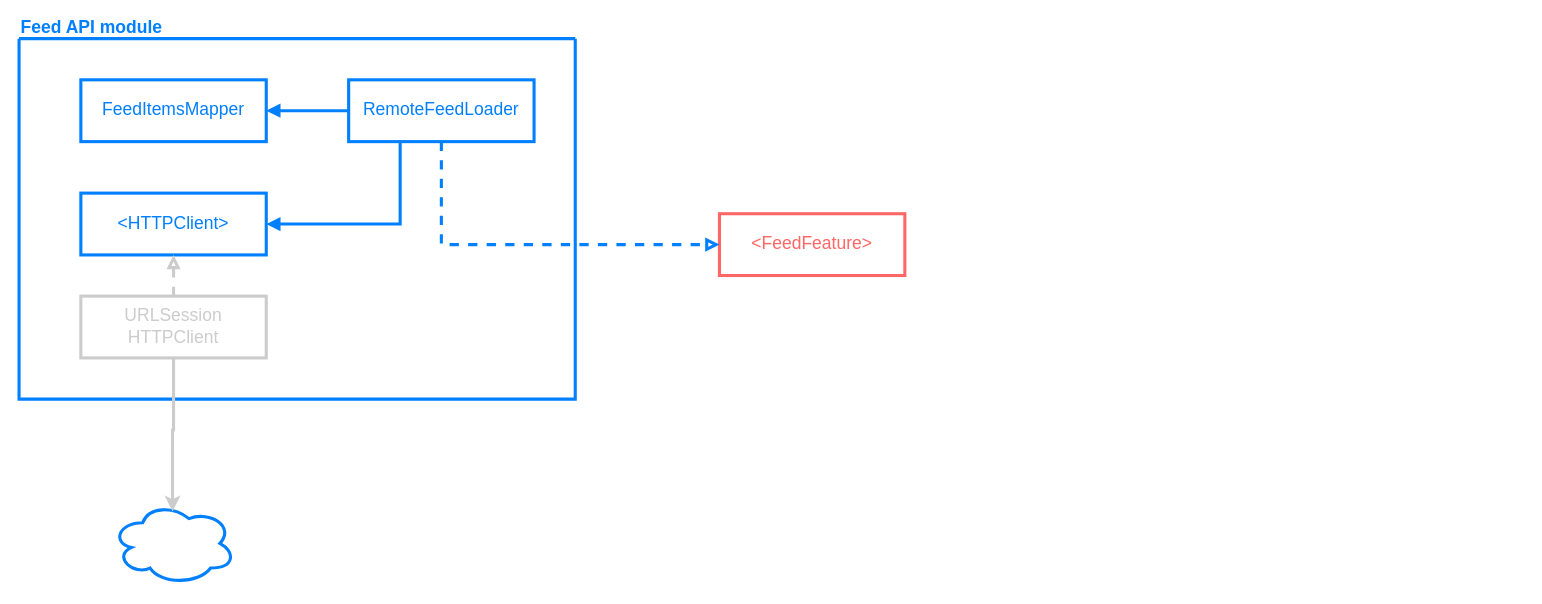
The draw.io diagram Architecture.drawio in Christophorus3/EssentialFeed, before the edit. Source tidied: cells renumbered, new cells numbered last; positions are measured from the earlier drawing's top-left corner, leaving out a move shared by most shapes. Both pictures are drawn from the tidied source at 103%, with x=0, y=0 at pixel (19, 38).
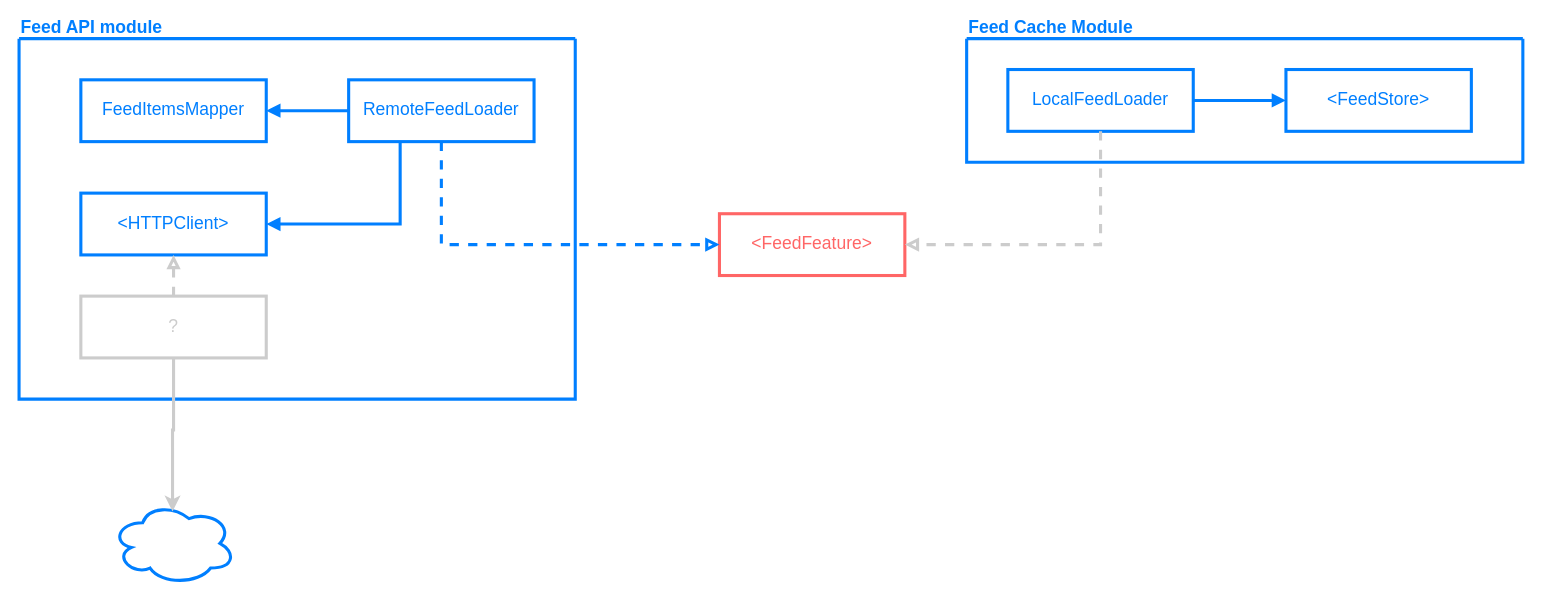
The same diagram, later.

Commit message:
Update architecture diagram

Unchanged cells that the change refers to:
```xml
<mxCell id="2" value="Feed API module" style="swimlane;startSize=0;strokeColor=#007FFF;strokeWidth=3;fontSize=17;fontColor=#007FFF;verticalAlign=bottom;align=left;" parent="1" vertex="1">
  <mxGeometry width="540" height="350" as="geometry" />
</mxCell>
<mxCell id="4" value="&lt;font style=&quot;font-size: 17px;&quot; color=&quot;#007fff&quot;&gt;RemoteFeedLoader&lt;/font&gt;" style="rounded=0;whiteSpace=wrap;html=1;strokeWidth=3;strokeColor=#007FFF;" parent="2" vertex="1">
  <mxGeometry x="320" y="40" width="180" height="60" as="geometry" />
</mxCell>
<mxCell id="5" value="&lt;font style=&quot;font-size: 17px;&quot; color=&quot;#007fff&quot;&gt;FeedItemsMapper&lt;/font&gt;" style="rounded=0;whiteSpace=wrap;html=1;strokeWidth=3;strokeColor=#007FFF;" parent="2" vertex="1">
  <mxGeometry x="60" y="40" width="180" height="60" as="geometry" />
</mxCell>
<mxCell id="11" value="&lt;span style=&quot;font-size: 17px;&quot;&gt;&amp;lt;FeedFeature&amp;gt;&lt;/span&gt;" style="rounded=0;whiteSpace=wrap;html=1;strokeWidth=3;strokeColor=#FF6666;fontColor=#FF6666;" parent="1" vertex="1">
  <mxGeometry x="680" y="170" width="180" height="60" as="geometry" />
</mxCell>
```

What changed in the source:
```diff
@@
-    <mxCell id="8" value="&lt;font style=&quot;font-size: 17px;&quot;&gt;URLSession&lt;br&gt;HTTPClient&lt;/font&gt;" style="rounded=0;whiteSpace=wrap;html=1;strokeWidth=3;strokeColor=#CCCCCC;fontColor=#CCCCCC;" parent="2" vertex="1">
+    <mxCell id="8" value="&lt;font style=&quot;font-size: 17px;&quot;&gt;?&lt;/font&gt;" style="rounded=0;whiteSpace=wrap;html=1;strokeWidth=3;strokeColor=#CCCCCC;fontColor=#CCCCCC;" parent="2" vertex="1">
       <mxGeometry x="60" y="250" width="180" height="60" as="geometry" />
     </mxCell>
-    <mxCell id="9" style="endArrow=block;html=1;rounded=0;fontSize=17;fontColor=#007FFF;entryX=1;entryY=0.5;entryDx=0;entryDy=0;strokeWidth=3;strokeColor=#007FFF;endFill=1;" parent="1" edge="1" target="5">
-      <mxGeometry relative="1" as="geometry">
-        <mxPoint x="320" y="70" as="sourcePoint" />
-      </mxGeometry>
+    <mxCell id="9" style="endArrow=block;html=1;rounded=0;fontSize=17;fontColor=#007FFF;entryX=1;entryY=0.5;entryDx=0;entryDy=0;strokeWidth=3;strokeColor=#007FFF;endFill=1;" parent="2" edge="1" source="4" target="5">
+      <mxGeometry relative="1" as="geometry" />
     </mxCell>
@@
+    <mxCell id="14" value="Feed Cache Module" style="swimlane;startSize=0;strokeColor=#007FFF;strokeWidth=3;fontSize=17;fontColor=#007FFF;verticalAlign=bottom;align=left;" parent="1" vertex="1">
+      <mxGeometry x="920" width="540" height="120" as="geometry" />
+    </mxCell>
+    <mxCell id="15" style="edgeStyle=orthogonalEdgeStyle;rounded=0;jettySize=auto;html=1;entryX=0;entryY=0.5;entryDx=0;entryDy=0;strokeColor=#007FFF;strokeWidth=3;endArrow=block;endFill=1;" parent="14" edge="1" source="16" target="17">
+      <mxGeometry relative="1" as="geometry" />
+    </mxCell>
+    <mxCell id="16" value="&lt;font style=&quot;font-size: 17px;&quot; color=&quot;#007fff&quot;&gt;LocalFeedLoader&lt;/font&gt;" style="rounded=0;whiteSpace=wrap;html=1;strokeWidth=3;strokeColor=#007FFF;" parent="14" vertex="1">
+      <mxGeometry x="40" y="30" width="180" height="60" as="geometry" />
+    </mxCell>
+    <mxCell id="17" value="&lt;font style=&quot;font-size: 17px;&quot; color=&quot;#007fff&quot;&gt;&amp;lt;FeedStore&amp;gt;&lt;br&gt;&lt;/font&gt;" style="rounded=0;whiteSpace=wrap;html=1;strokeWidth=3;strokeColor=#007FFF;" parent="14" vertex="1">
+      <mxGeometry x="310" y="30" width="180" height="60" as="geometry" />
+    </mxCell>
+    <mxCell id="18" style="edgeStyle=orthogonalEdgeStyle;rounded=0;jettySize=auto;html=1;strokeColor=#CCCCCC;strokeWidth=3;endArrow=block;endFill=0;entryX=1;entryY=0.5;entryDx=0;entryDy=0;dashed=1;" parent="1" edge="1" source="16" target="11">
+      <mxGeometry relative="1" as="geometry">
+        <Array as="points">
+          <mxPoint x="1050" y="200" />
+        </Array>
+      </mxGeometry>
+    </mxCell>
```
